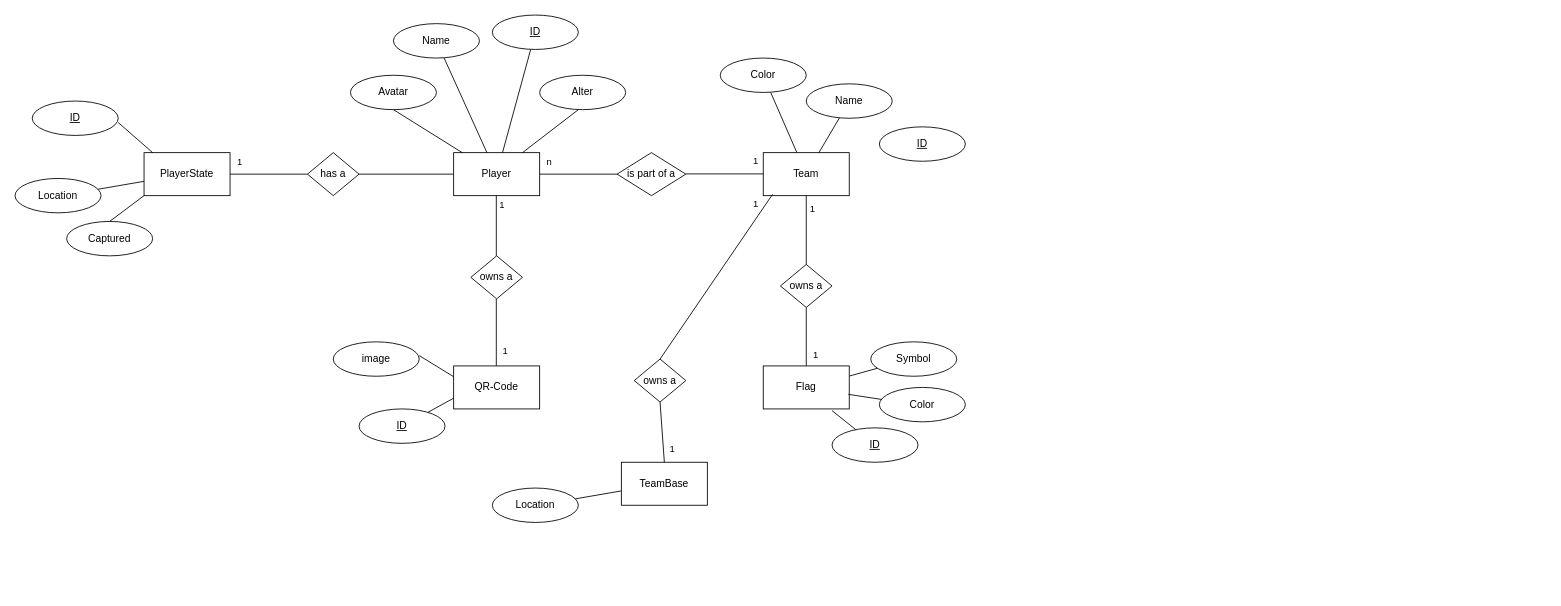
Before: concept/ctf_db_concept.drawio in Hg347/ctf-rush, a draw.io diagram. Source tidied: cells renumbered, new cells numbered last; positions are measured from the earlier drawing's top-left corner, leaving out a move shared by most shapes. Both pictures are drawn from the tidied source at 86%, with x=0, y=0 at pixel (15, 15).
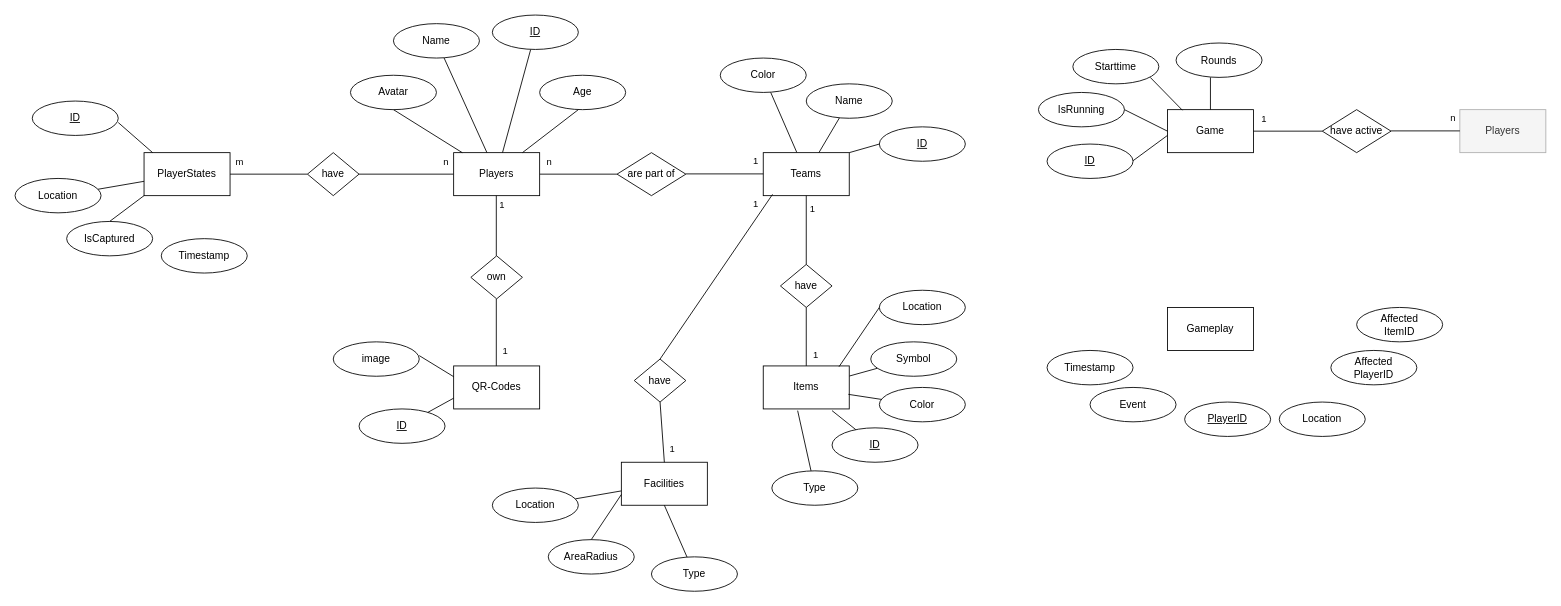
The same diagram, later.

The change refers to these unchanged cells:
```xml
<mxCell id="4" style="edgeStyle=none;rounded=0;jettySize=auto;html=1;endArrow=none;startFill=0;" parent="1" edge="1" source="5" target="48">
  <mxGeometry relative="1" as="geometry" />
</mxCell>
<mxCell id="36" value="ID" style="ellipse;whiteSpace=wrap;html=1;align=center;fontStyle=4;" parent="1" vertex="1">
  <mxGeometry x="1005" y="130" width="100" height="40" as="geometry" />
</mxCell>
<mxCell id="46" style="edgeStyle=none;rounded=0;jettySize=auto;html=1;entryX=1;entryY=0.5;entryDx=0;entryDy=0;endArrow=none;startFill=0;" parent="1" edge="1" source="48" target="41">
  <mxGeometry relative="1" as="geometry" />
</mxCell>
```

The edit, as a diff of the source:
```diff
@@
+    <mxCell id="63" value="n" style="edgeLabel;html=1;align=center;verticalAlign=middle;" parent="4" vertex="1">
+      <mxGeometry x="0.15" y="2" relative="1" as="geometry">
+        <mxPoint x="53" y="-17" as="offset" />
+      </mxGeometry>
+    </mxCell>
-    <mxCell id="5" value="Player" style="html=1;dashed=0;whiteSpace=wrap;" parent="1" vertex="1">
+    <mxCell id="5" value="Players" style="html=1;dashed=0;whiteSpace=wrap;" parent="1" vertex="1">
       <mxGeometry x="510" y="160" width="100" height="50" as="geometry" />
     </mxCell>
@@
-    <mxCell id="7" value="Team" style="html=1;dashed=0;whiteSpace=wrap;" parent="1" vertex="1">
+    <mxCell id="7" value="Teams" style="html=1;dashed=0;whiteSpace=wrap;" parent="1" vertex="1">
       <mxGeometry x="870" y="160" width="100" height="50" as="geometry" />
     </mxCell>
-    <mxCell id="8" value="QR-Code" style="html=1;dashed=0;whiteSpace=wrap;" parent="1" vertex="1">
+    <mxCell id="8" value="QR-Codes" style="html=1;dashed=0;whiteSpace=wrap;" parent="1" vertex="1">
       <mxGeometry x="510" y="408" width="100" height="50" as="geometry" />
     </mxCell>
@@
-    <mxCell id="15" value="is part of a" style="shape=rhombus;html=1;dashed=0;whiteSpace=wrap;perimeter=rhombusPerimeter;" parent="1" vertex="1">
+    <mxCell id="15" value="are part of" style="shape=rhombus;html=1;dashed=0;whiteSpace=wrap;perimeter=rhombusPerimeter;" parent="1" vertex="1">
       <mxGeometry x="700" y="160" width="80" height="50" as="geometry" />
     </mxCell>
@@
-    <mxCell id="20" value="Flag" style="html=1;dashed=0;whiteSpace=wrap;" parent="1" vertex="1">
+    <mxCell id="20" value="Items" style="html=1;dashed=0;whiteSpace=wrap;" parent="1" vertex="1">
       <mxGeometry x="870" y="408" width="100" height="50" as="geometry" />
     </mxCell>
@@
-    <mxCell id="25" value="owns a" style="shape=rhombus;html=1;dashed=0;whiteSpace=wrap;perimeter=rhombusPerimeter;" parent="1" vertex="1">
+    <mxCell id="25" value="have" style="shape=rhombus;html=1;dashed=0;whiteSpace=wrap;perimeter=rhombusPerimeter;" parent="1" vertex="1">
       <mxGeometry x="890" y="290" width="60" height="50" as="geometry" />
     </mxCell>
@@
-    <mxCell id="30" value="owns a" style="shape=rhombus;html=1;dashed=0;whiteSpace=wrap;perimeter=rhombusPerimeter;" parent="1" vertex="1">
+    <mxCell id="30" value="own" style="shape=rhombus;html=1;dashed=0;whiteSpace=wrap;perimeter=rhombusPerimeter;" parent="1" vertex="1">
       <mxGeometry x="530" y="280" width="60" height="50" as="geometry" />
     </mxCell>
@@
-    <mxCell id="41" value="PlayerState" style="html=1;dashed=0;whiteSpace=wrap;" parent="1" vertex="1">
+    <mxCell id="41" value="PlayerStates" style="html=1;dashed=0;whiteSpace=wrap;" parent="1" vertex="1">
       <mxGeometry x="150" y="160" width="100" height="50" as="geometry" />
     </mxCell>
-    <mxCell id="42" value="Captured" style="ellipse;whiteSpace=wrap;html=1;align=center;" parent="1" vertex="1">
+    <mxCell id="42" value="IsCaptured" style="ellipse;whiteSpace=wrap;html=1;align=center;" parent="1" vertex="1">
       <mxGeometry x="60" y="240" width="100" height="40" as="geometry" />
     </mxCell>
@@
-    <mxCell id="47" value="1" style="edgeLabel;html=1;align=center;verticalAlign=middle;" parent="46" vertex="1">
+    <mxCell id="47" value="m" style="edgeLabel;html=1;align=center;verticalAlign=middle;" parent="46" vertex="1">
       <mxGeometry x="0.53" y="1" relative="1" as="geometry">
         <mxPoint x="-11" y="-16" as="offset" />
       </mxGeometry>
     </mxCell>
-    <mxCell id="48" value="has a" style="shape=rhombus;html=1;dashed=0;whiteSpace=wrap;perimeter=rhombusPerimeter;" parent="1" vertex="1">
+    <mxCell id="48" value="have" style="shape=rhombus;html=1;dashed=0;whiteSpace=wrap;perimeter=rhombusPerimeter;" parent="1" vertex="1">
       <mxGeometry x="340" y="160" width="60" height="50" as="geometry" />
     </mxCell>
@@
-    <mxCell id="51" value="Alter" style="ellipse;whiteSpace=wrap;html=1;align=center;" parent="1" vertex="1">
+    <mxCell id="51" value="Age" style="ellipse;whiteSpace=wrap;html=1;align=center;" parent="1" vertex="1">
       <mxGeometry x="610" y="70" width="100" height="40" as="geometry" />
     </mxCell>
@@
-    <mxCell id="53" value="TeamBase" style="html=1;dashed=0;whiteSpace=wrap;" parent="1" vertex="1">
+    <mxCell id="53" value="Facilities" style="html=1;dashed=0;whiteSpace=wrap;" parent="1" vertex="1">
       <mxGeometry x="705" y="520" width="100" height="50" as="geometry" />
     </mxCell>
@@
-    <mxCell id="56" value="owns a" style="shape=rhombus;html=1;dashed=0;whiteSpace=wrap;perimeter=rhombusPerimeter;" parent="1" vertex="1">
+    <mxCell id="56" value="have" style="shape=rhombus;html=1;dashed=0;whiteSpace=wrap;perimeter=rhombusPerimeter;" parent="1" vertex="1">
       <mxGeometry x="720" y="400" width="60" height="50" as="geometry" />
     </mxCell>
@@
+    <mxCell id="64" value="AreaRadius" style="ellipse;whiteSpace=wrap;html=1;align=center;" parent="1" vertex="1">
+      <mxGeometry x="620" y="610" width="100" height="40" as="geometry" />
+    </mxCell>
+    <mxCell id="65" style="edgeStyle=none;rounded=0;jettySize=auto;html=1;endArrow=none;startFill=0;exitX=0.5;exitY=0;exitDx=0;exitDy=0;entryX=0;entryY=0.75;entryDx=0;entryDy=0;" parent="1" edge="1" source="64" target="53">
+      <mxGeometry relative="1" as="geometry" />
+    </mxCell>
+    <mxCell id="66" value="Game" style="rounded=0;whiteSpace=wrap;html=1;" parent="1" vertex="1">
+      <mxGeometry x="1340" y="110" width="100" height="50" as="geometry" />
+    </mxCell>
+    <mxCell id="67" value="Starttime" style="ellipse;whiteSpace=wrap;html=1;align=center;" parent="1" vertex="1">
+      <mxGeometry x="1230" y="40" width="100" height="40" as="geometry" />
+    </mxCell>
+    <mxCell id="68" value="Rounds" style="ellipse;whiteSpace=wrap;html=1;align=center;" parent="1" vertex="1">
+      <mxGeometry x="1350" y="32.5" width="100" height="40" as="geometry" />
+    </mxCell>
+    <mxCell id="69" style="edgeStyle=none;rounded=0;jettySize=auto;html=1;exitX=1;exitY=0.5;exitDx=0;exitDy=0;entryX=0;entryY=0.5;entryDx=0;entryDy=0;endArrow=none;startFill=0;" parent="1" edge="1" source="70" target="66">
+      <mxGeometry relative="1" as="geometry" />
+    </mxCell>
+    <mxCell id="70" value="IsRunning" style="ellipse;whiteSpace=wrap;html=1;align=center;" parent="1" vertex="1">
+      <mxGeometry x="1190" y="90" width="100" height="40" as="geometry" />
+    </mxCell>
+    <mxCell id="71" value="Players" style="rounded=0;whiteSpace=wrap;html=1;fillColor=#f5f5f5;fontColor=#333333;strokeColor=#AFAFAF;" parent="1" vertex="1">
+      <mxGeometry x="1680" y="110" width="100" height="50" as="geometry" />
+    </mxCell>
+    <mxCell id="72" value="have active" style="shape=rhombus;html=1;dashed=0;whiteSpace=wrap;perimeter=rhombusPerimeter;" parent="1" vertex="1">
+      <mxGeometry x="1520" y="110" width="80" height="50" as="geometry" />
+    </mxCell>
+    <mxCell id="73" value="Timestamp" style="ellipse;whiteSpace=wrap;html=1;align=center;" parent="1" vertex="1">
+      <mxGeometry x="170" y="260" width="100" height="40" as="geometry" />
+    </mxCell>
+    <mxCell id="74" value="ID" style="ellipse;whiteSpace=wrap;html=1;align=center;fontStyle=4;" parent="1" vertex="1">
+      <mxGeometry x="1200" y="150" width="100" height="40" as="geometry" />
+    </mxCell>
+    <mxCell id="75" style="edgeStyle=none;orthogonalLoop=1;jettySize=auto;html=1;rounded=0;endArrow=none;startFill=0;" parent="1" edge="1">
+      <mxGeometry relative="1" as="geometry">
+        <mxPoint x="1300" y="169.4" as="sourcePoint" />
+        <mxPoint x="1340" y="140" as="targetPoint" />
+      </mxGeometry>
+    </mxCell>
+    <mxCell id="76" style="edgeStyle=none;rounded=0;jettySize=auto;html=1;exitX=1;exitY=0.5;exitDx=0;exitDy=0;entryX=0;entryY=0.5;entryDx=0;entryDy=0;endArrow=none;startFill=0;" parent="1" edge="1" source="66" target="72">
+      <mxGeometry relative="1" as="geometry" />
+    </mxCell>
+    <mxCell id="77" value="1" style="edgeLabel;html=1;align=center;verticalAlign=middle;" parent="76" vertex="1">
+      <mxGeometry x="-0.36" y="-2" relative="1" as="geometry">
+        <mxPoint x="-15" y="-17" as="offset" />
+      </mxGeometry>
+    </mxCell>
+    <mxCell id="78" style="edgeStyle=none;rounded=0;orthogonalLoop=1;jettySize=auto;html=1;exitX=1;exitY=0.5;exitDx=0;exitDy=0;entryX=0;entryY=0.5;entryDx=0;entryDy=0;endArrow=none;startFill=0;" parent="1" edge="1">
+      <mxGeometry relative="1" as="geometry">
+        <mxPoint x="1600" y="134.7" as="sourcePoint" />
+        <mxPoint x="1680" y="134.7" as="targetPoint" />
+      </mxGeometry>
+    </mxCell>
+    <mxCell id="79" value="n" style="edgeLabel;html=1;align=center;verticalAlign=middle;" parent="78" vertex="1">
+      <mxGeometry x="0.78" y="1" relative="1" as="geometry">
+        <mxPoint y="-14" as="offset" />
+      </mxGeometry>
+    </mxCell>
+    <mxCell id="80" style="edgeStyle=none;jettySize=auto;html=1;rounded=0;endArrow=none;startFill=0;entryX=0;entryY=0.5;entryDx=0;entryDy=0;exitX=1;exitY=0;exitDx=0;exitDy=0;" parent="1" edge="1" source="7" target="36">
+      <mxGeometry relative="1" as="geometry" />
+    </mxCell>
+    <mxCell id="81" style="edgeStyle=none;rounded=0;jettySize=auto;html=1;exitX=1;exitY=0.5;exitDx=0;exitDy=0;entryX=0.174;entryY=0.014;entryDx=0;entryDy=0;endArrow=none;startFill=0;entryPerimeter=0;" parent="1" edge="1" target="66">
+      <mxGeometry relative="1" as="geometry">
+        <mxPoint x="1320" y="72.5" as="sourcePoint" />
+      </mxGeometry>
+    </mxCell>
+    <mxCell id="82" style="edgeStyle=none;rounded=0;jettySize=auto;html=1;exitX=1;exitY=0.5;exitDx=0;exitDy=0;entryX=0.5;entryY=0;entryDx=0;entryDy=0;endArrow=none;startFill=0;" parent="1" edge="1" target="66">
+      <mxGeometry relative="1" as="geometry">
+        <mxPoint x="1390" y="72.5" as="sourcePoint" />
+      </mxGeometry>
+    </mxCell>
+    <mxCell id="83" value="Gameplay" style="rounded=0;whiteSpace=wrap;html=1;" parent="1" vertex="1">
+      <mxGeometry x="1340" y="340" width="100" height="50" as="geometry" />
+    </mxCell>
+    <mxCell id="84" value="Location" style="ellipse;whiteSpace=wrap;html=1;align=center;" parent="1" vertex="1">
+      <mxGeometry x="1005" y="320" width="100" height="40" as="geometry" />
+    </mxCell>
+    <mxCell id="85" style="edgeStyle=none;rounded=0;jettySize=auto;html=1;endArrow=none;startFill=0;entryX=0.881;entryY=0.018;entryDx=0;entryDy=0;entryPerimeter=0;" parent="1" edge="1" target="20">
+      <mxGeometry relative="1" as="geometry">
+        <mxPoint x="1005" y="340" as="sourcePoint" />
+      </mxGeometry>
+    </mxCell>
+    <mxCell id="86" value="Type" style="ellipse;whiteSpace=wrap;html=1;align=center;" parent="1" vertex="1">
+      <mxGeometry x="740" y="630" width="100" height="40" as="geometry" />
+    </mxCell>
+    <mxCell id="87" style="edgeStyle=none;rounded=0;jettySize=auto;html=1;endArrow=none;startFill=0;entryX=0.5;entryY=1;entryDx=0;entryDy=0;" parent="1" edge="1" source="86" target="53">
+      <mxGeometry relative="1" as="geometry" />
+    </mxCell>
+    <mxCell id="88" value="Timestamp" style="ellipse;whiteSpace=wrap;html=1;align=center;" parent="1" vertex="1">
+      <mxGeometry x="1200" y="390" width="100" height="40" as="geometry" />
+    </mxCell>
+    <mxCell id="89" value="PlayerID" style="ellipse;whiteSpace=wrap;html=1;align=center;fontStyle=4;" parent="1" vertex="1">
+      <mxGeometry x="1360" y="450" width="100" height="40" as="geometry" />
+    </mxCell>
+    <mxCell id="90" value="Location" style="ellipse;whiteSpace=wrap;html=1;align=center;" parent="1" vertex="1">
+      <mxGeometry x="1470" y="450" width="100" height="40" as="geometry" />
+    </mxCell>
+    <mxCell id="91" value="Affected&lt;br&gt;PlayerID" style="ellipse;whiteSpace=wrap;html=1;align=center;" parent="1" vertex="1">
+      <mxGeometry x="1530" y="390" width="100" height="40" as="geometry" />
+    </mxCell>
+    <mxCell id="92" value="Event" style="ellipse;whiteSpace=wrap;html=1;align=center;" parent="1" vertex="1">
+      <mxGeometry x="1250" y="433" width="100" height="40" as="geometry" />
+    </mxCell>
+    <mxCell id="93" value="Type" style="ellipse;whiteSpace=wrap;html=1;align=center;" parent="1" vertex="1">
+      <mxGeometry x="880" y="530" width="100" height="40" as="geometry" />
+    </mxCell>
+    <mxCell id="94" style="edgeStyle=none;rounded=0;jettySize=auto;html=1;endArrow=none;startFill=0;entryX=0.4;entryY=1.04;entryDx=0;entryDy=0;entryPerimeter=0;" parent="1" edge="1" source="93" target="20">
+      <mxGeometry relative="1" as="geometry" />
+    </mxCell>
+    <mxCell id="95" value="Affected&lt;br&gt;ItemID" style="ellipse;whiteSpace=wrap;html=1;align=center;" parent="1" vertex="1">
+      <mxGeometry x="1560" y="340" width="100" height="40" as="geometry" />
+    </mxCell>
```
